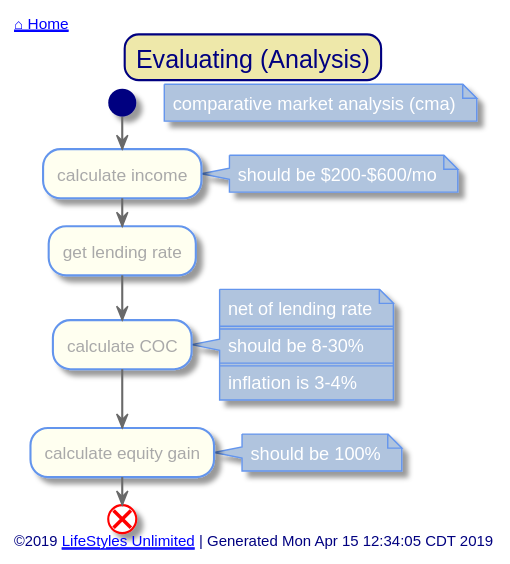
This is out/src/single-family/evaluating.svg from toddmo/lifestylesunlimited, a PlantUML export, as it was before one commit.
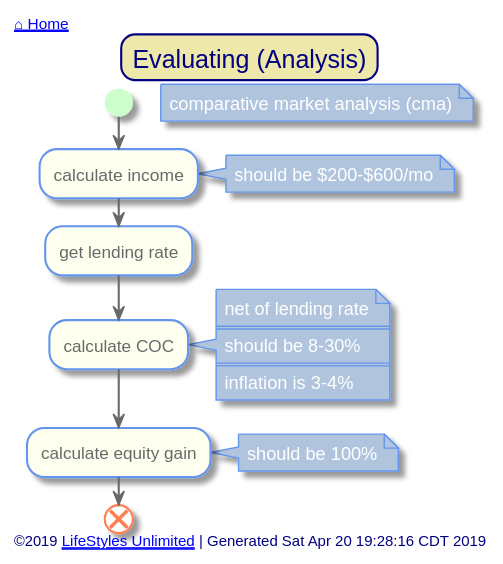
After the commit.

What changed in the source:
```diff
@@ -16,7 +16,8 @@
 skinparam activity {
   BackgroundColor Ivory
   BorderColor CornflowerBlue
-  FontColor DarkGray
+  FontColor DimGray
+
 
   Arrow {
     Color dimgray
@@ -24,11 +25,11 @@
   }
 
   Start {
-    Color Navy
+    Color PHYSICAL
   }
 
   End {
-    Color Red
+    Color Coral
   }
 
   Diamond {
@@ -46,13 +47,21 @@
 }
 
 skinparam Partition {
-  BackgroundColor DarkSeaGreen
+  BackgroundColor Ivory
   BorderColor CornflowerBlue
   BorderThickness 1
+  FontColor CornflowerBlue
+  FontSize 16
+  BorderRoundCorner 20
+}
+
+skinparam Note {
+  BackgroundColor LightSteelBlue
+  BorderColor CornflowerBlue
   FontColor White
-  FontSize 16
 }
-skinparam Note {
+
+skinparam Legend {
   BackgroundColor LightSteelBlue
   BorderColor CornflowerBlue
   FontColor White
@@ -95,8 +104,9 @@
 
 	end
 
+
 left footer
-	©2019 [[http://www.lifestylesunlimited.com LifeStyles Unlimited]] | Generated Mon Apr 15 12:34:05 CDT 2019
+	©2019 [[http://www.lifestylesunlimited.com LifeStyles Unlimited]] | Generated Sat Apr 20 19:28:16 CDT 2019
 endfooter
 
 
```
